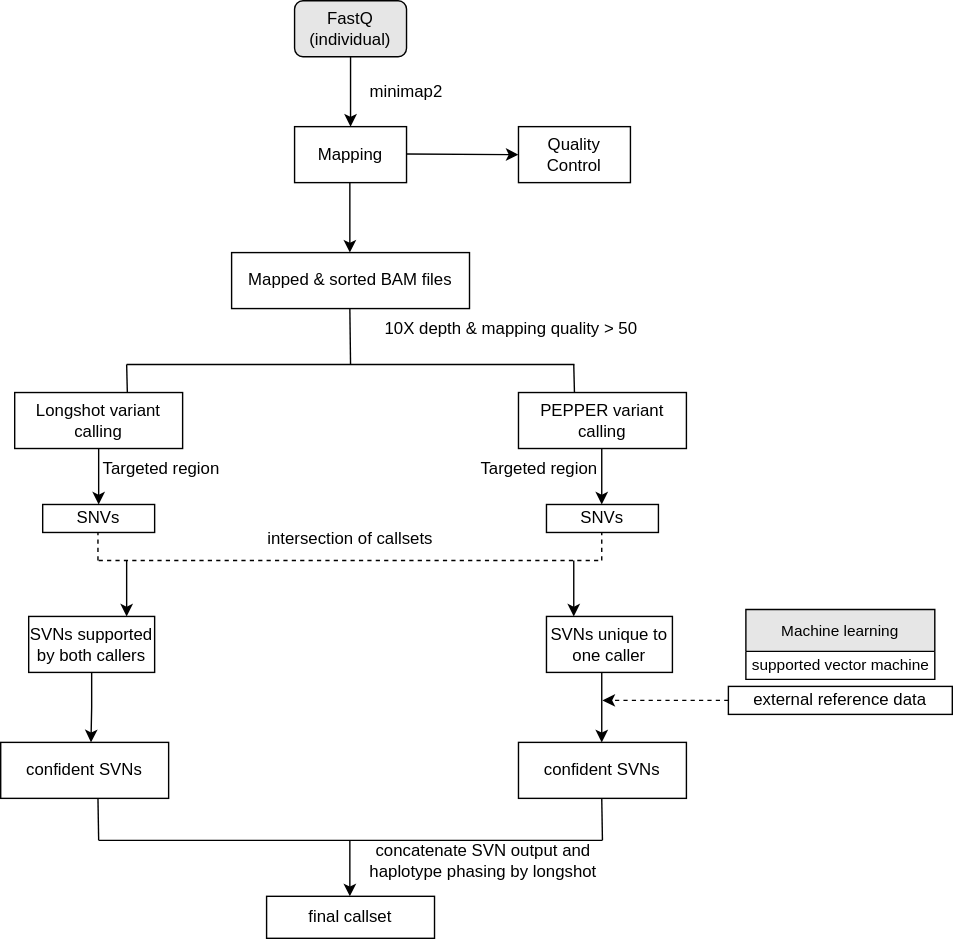
The draw.io diagram images/sm-SNIPER.svg in myonaung/sm-SNIPER, before a commit. Source tidied: cells renumbered, new cells last; positions are measured from the earlier drawing's top-left corner, leaving out a move shared by most shapes.
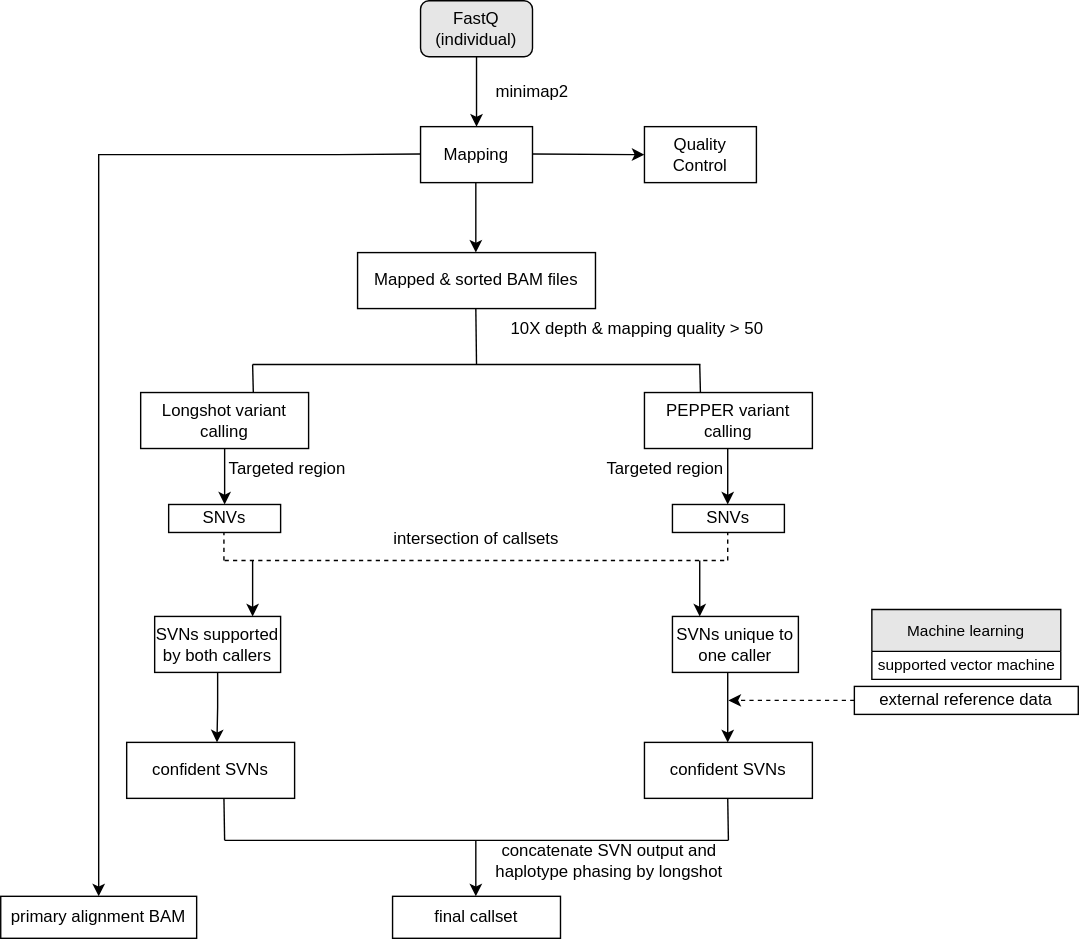
Later version of the same file.

Change to the diagram source:
```diff
@@ -190,5 +190,18 @@
     <mxCell id="44" value="final callset" style="rounded=0;whiteSpace=wrap;html=1;" parent="1" vertex="1">
       <mxGeometry x="190" y="640" width="120" height="30" as="geometry" />
     </mxCell>
+    <mxCell id="45" style="endArrow=classic;html=1;rounded=0;" parent="1" edge="1">
+      <mxGeometry relative="1" as="geometry">
+        <mxPoint x="210" y="109.5" as="sourcePoint" />
+        <mxPoint x="-20" y="640" as="targetPoint" />
+        <Array as="points">
+          <mxPoint x="150" y="110" />
+          <mxPoint x="-20" y="110" />
+        </Array>
+      </mxGeometry>
+    </mxCell>
+    <mxCell id="46" value="primary alignment BAM" style="rounded=0;whiteSpace=wrap;html=1;" parent="1" vertex="1">
+      <mxGeometry x="-90" y="640" width="140" height="30" as="geometry" />
+    </mxCell>
   </root>
 </mxGraphModel>
```
